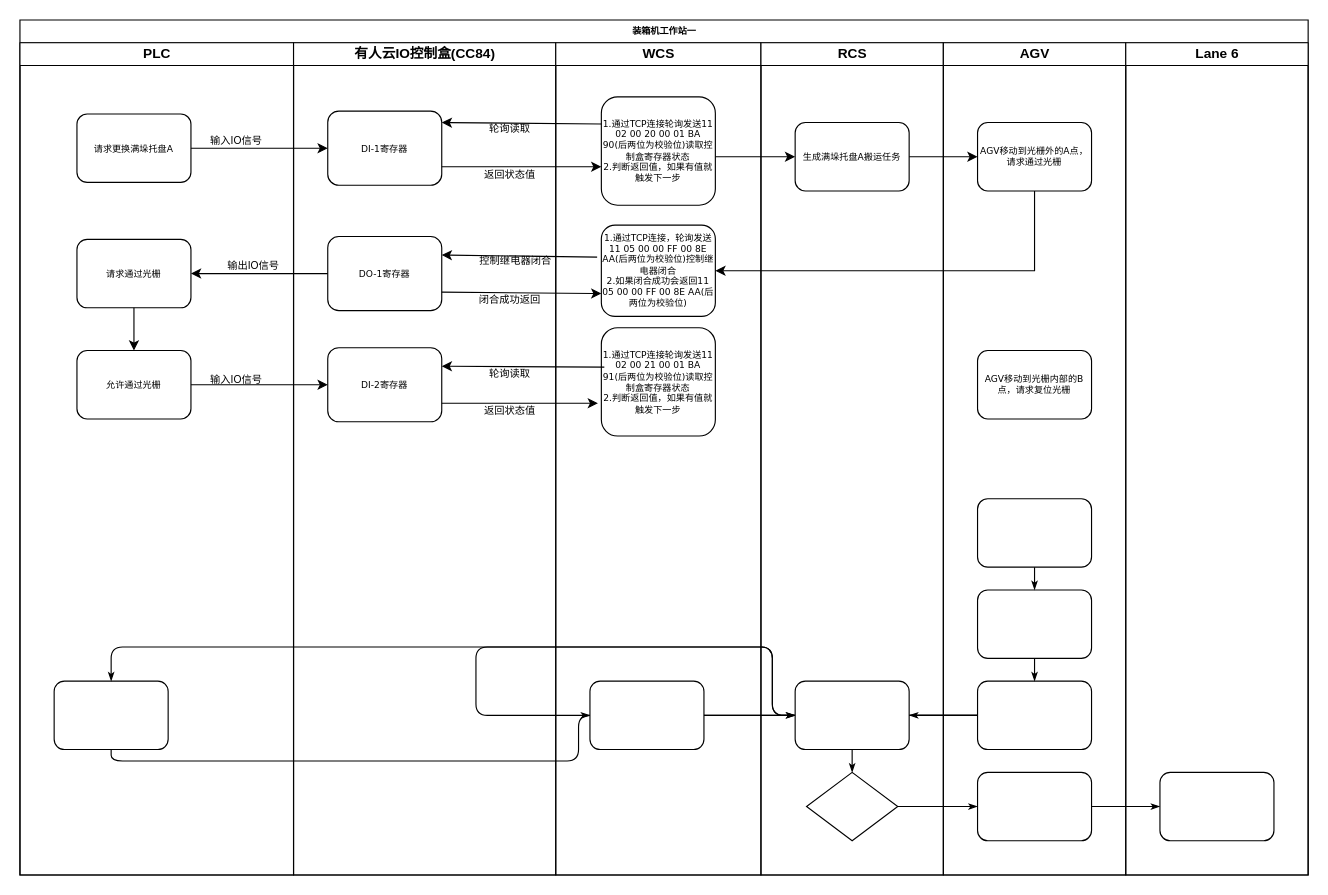
Above: data/珠海联邦.drawio in chenyanxi/hosts (draw.io), before the change. Source tidied: cells renumbered, new cells numbered last; positions are measured from the earlier drawing's top-left corner, leaving out a move shared by most shapes. Both pictures are drawn from the tidied source at 114%, with x=0, y=0 at pixel (19, 19).
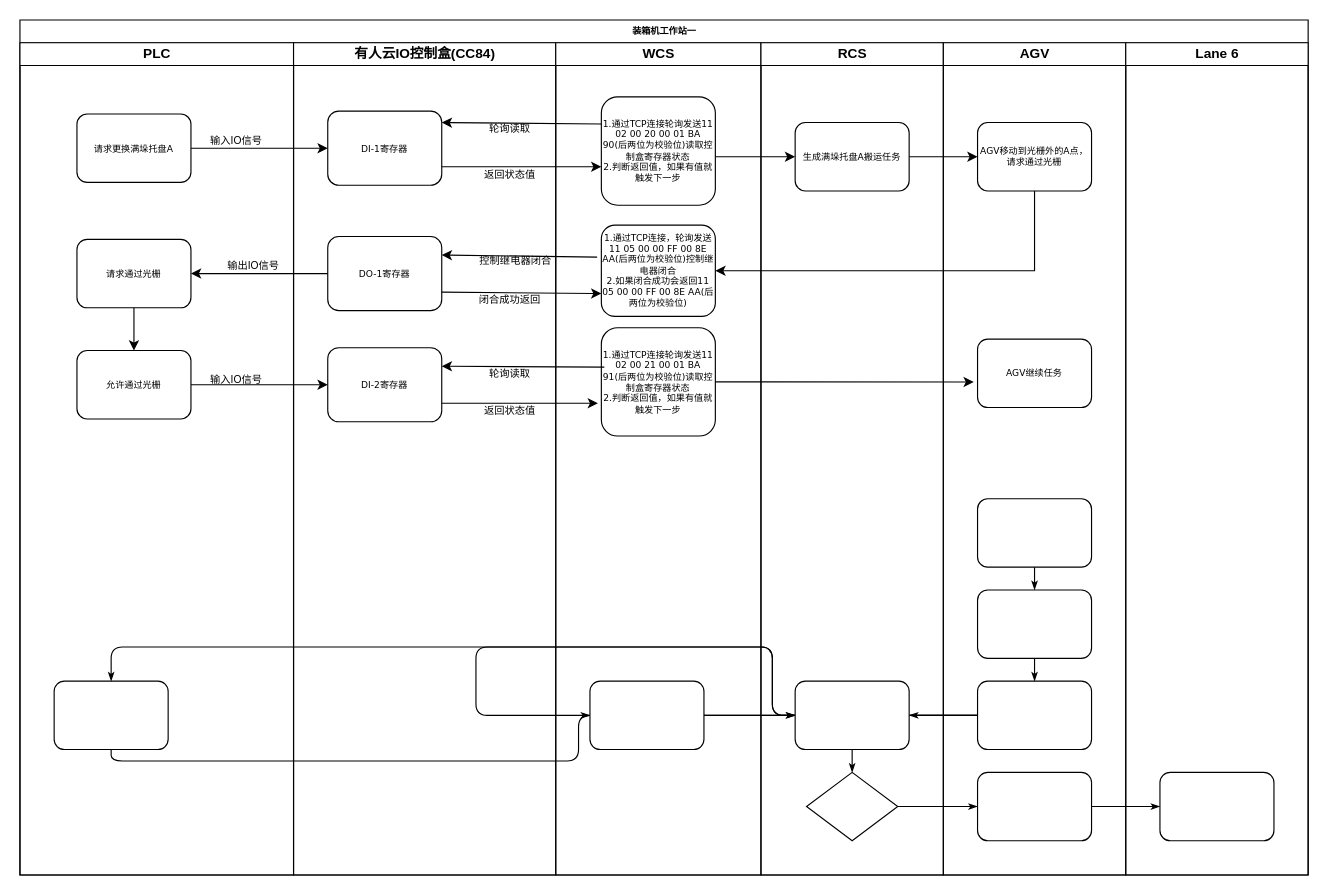
After the change.

Commit message:
更新珠海联邦.drawio

Unchanged cells that the change refers to:
```xml
<mxCell id="2" value="装箱机工作站一" style="swimlane;html=1;startSize=20;rounded=0;shadow=0;labelBackgroundColor=none;strokeWidth=1;fontFamily=Verdana;fontSize=8;align=center;" parent="1" vertex="1">
  <mxGeometry width="1130" height="750" as="geometry" />
</mxCell>
<mxCell id="34" value="1.通过TCP连接轮询发送11 02 00 21 00 01 BA 91(后两位为校验位)读取控制盒寄存器状态&lt;br&gt;2.判断返回值，如果有值就触发下一步" style="rounded=1;whiteSpace=wrap;html=1;shadow=0;labelBackgroundColor=none;strokeWidth=1;fontFamily=Verdana;fontSize=8;align=center;" parent="29" vertex="1">
  <mxGeometry x="40" y="250" width="100" height="95" as="geometry" />
</mxCell>
<mxCell id="41" value="AGV" style="swimlane;html=1;startSize=20;" parent="2" vertex="1">
  <mxGeometry x="810" y="20" width="160" height="730" as="geometry" />
</mxCell>
```

What changed in the source:
```diff
@@
-    <mxCell id="49" value="AGV移动到光栅内部的B点，请求复位光栅" style="rounded=1;whiteSpace=wrap;html=1;shadow=0;labelBackgroundColor=none;strokeWidth=1;fontFamily=Verdana;fontSize=8;align=center;" parent="41" vertex="1">
-      <mxGeometry x="30" y="270" width="100" height="60" as="geometry" />
+    <mxCell id="49" value="AGV继续任务" style="rounded=1;whiteSpace=wrap;html=1;shadow=0;labelBackgroundColor=none;strokeWidth=1;fontFamily=Verdana;fontSize=8;align=center;" parent="41" vertex="1">
+      <mxGeometry x="30" y="260" width="100" height="60" as="geometry" />
     </mxCell>
@@
+    <mxCell id="62" style="endArrow=classic;html=1;rounded=0;exitX=1;exitY=0.5;exitDx=0;exitDy=0;entryX=-0.033;entryY=0.627;entryDx=0;entryDy=0;entryPerimeter=0;" parent="2" edge="1" source="34" target="49">
+      <mxGeometry relative="1" as="geometry" />
+    </mxCell>
```
